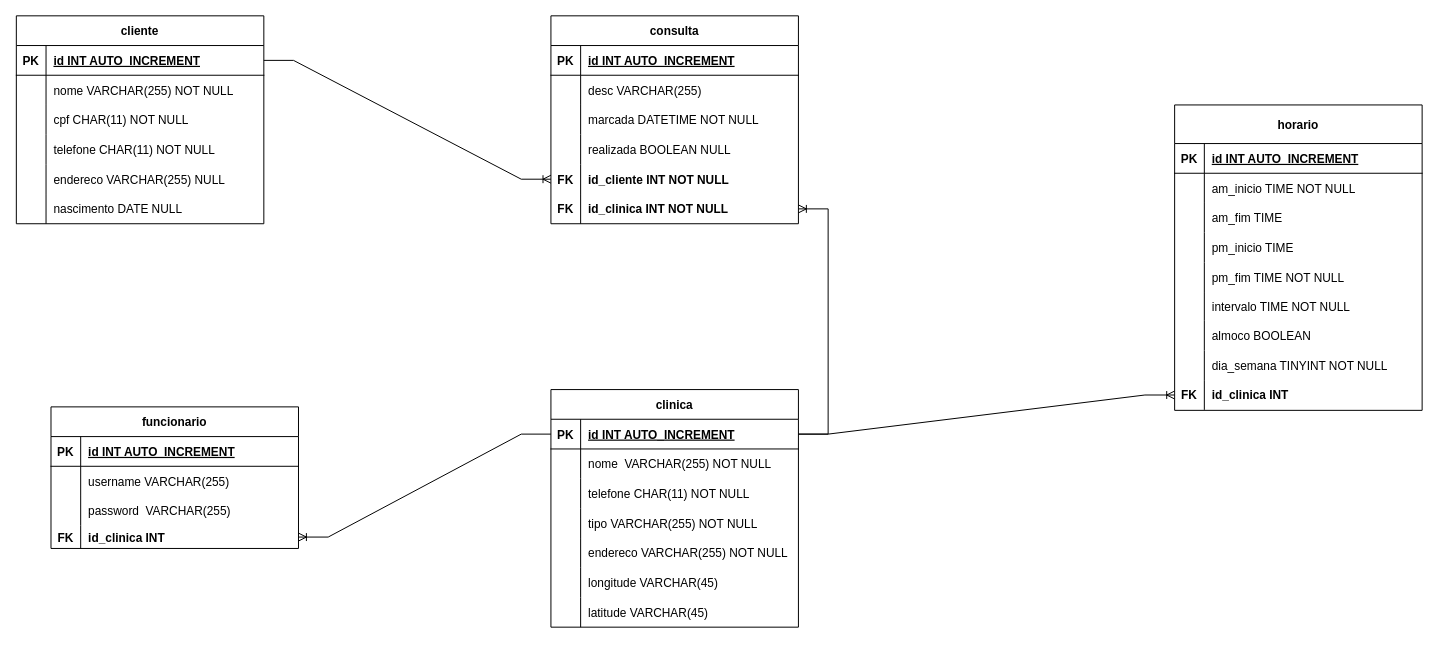
The draw.io diagram database/MER.drawio in uchoamp/consuchat, before the edit. Source tidied: cells renumbered, new cells numbered last; positions are measured from the earlier drawing's top-left corner, leaving out a move shared by most shapes. Both pictures are drawn from the tidied source at 99%, with x=0, y=0 at pixel (16, 15).
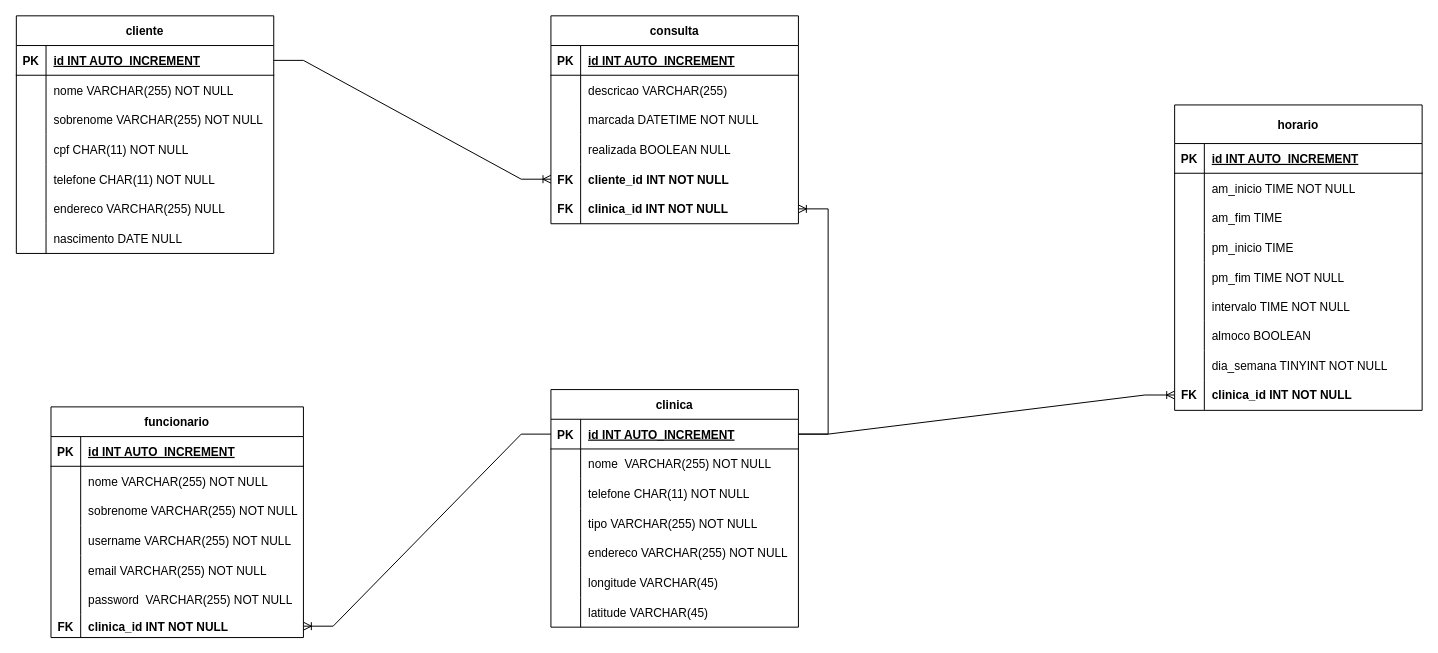
Above is the later version.

Unchanged cells that the change refers to:
```xml
<mxCell id="6" style="shape=partialRectangle;fillColor=none;top=0;left=0;right=0;bottom=0;" parent="2" vertex="1">
  <mxGeometry y="60" width="250" height="30" as="geometry" />
</mxCell>
<mxCell id="15" style="shape=partialRectangle;fillColor=none;points=[[0,0.5],[1,0.5]];portConstraint=eastwest;top=0;left=0;right=0;bottom=0;" parent="2" vertex="1">
  <mxGeometry y="150" width="250" height="30" as="geometry" />
</mxCell>
<mxCell id="18" style="shape=partialRectangle;fillColor=none;points=[[0,0.5],[1,0.5]];portConstraint=eastwest;top=0;left=0;right=0;bottom=0;" parent="2" vertex="1">
  <mxGeometry y="180" width="250" height="30" as="geometry" />
</mxCell>
<mxCell id="87" style="shape=partialRectangle;fillColor=none;points=[[0,0.5],[1,0.5]];portConstraint=eastwest;top=0;left=0;right=0;bottom=0;" parent="62" vertex="1">
  <mxGeometry y="278" width="250" height="30" as="geometry" />
</mxCell>
```

The edit, as a diff of the source:
```diff
@@
-    <mxCell id="8" value="desc VARCHAR(255)" style="shape=partialRectangle;overflow=hidden;fillColor=none;top=0;left=0;bottom=0;right=0;align=left;spacingLeft=6;" parent="6" vertex="1">
+    <mxCell id="8" value="descricao VARCHAR(255)" style="shape=partialRectangle;overflow=hidden;fillColor=none;top=0;left=0;bottom=0;right=0;align=left;spacingLeft=6;" parent="6" vertex="1">
       <mxGeometry x="30" width="220" height="30" as="geometry" />
     </mxCell>
@@
-    <mxCell id="17" value="id_cliente INT NOT NULL    " style="shape=partialRectangle;overflow=hidden;fillColor=none;top=0;left=0;bottom=0;right=0;align=left;spacingLeft=6;fontStyle=1;" parent="15" vertex="1">
+    <mxCell id="17" value="cliente_id INT NOT NULL    " style="shape=partialRectangle;overflow=hidden;fillColor=none;top=0;left=0;bottom=0;right=0;align=left;spacingLeft=6;fontStyle=1;" parent="15" vertex="1">
       <mxGeometry x="30" width="220" height="30" as="geometry" />
     </mxCell>
@@
-    <mxCell id="20" value="id_clinica INT NOT NULL" style="shape=partialRectangle;overflow=hidden;fillColor=none;top=0;left=0;bottom=0;right=0;align=left;spacingLeft=6;fontStyle=1;" parent="18" vertex="1">
+    <mxCell id="20" value="clinica_id INT NOT NULL" style="shape=partialRectangle;overflow=hidden;fillColor=none;top=0;left=0;bottom=0;right=0;align=left;spacingLeft=6;fontStyle=1;" parent="18" vertex="1">
       <mxGeometry x="30" width="220" height="30" as="geometry" />
     </mxCell>
     <mxCell id="21" value="cliente" style="shape=table;startSize=30;childLayout=tableLayout;rowLines=0;fontStyle=1;align=center;" parent="1" vertex="1">
-      <mxGeometry y="0.5" width="250" height="210" as="geometry" />
+      <mxGeometry y="0.5" width="260" height="240" as="geometry" />
     </mxCell>
     <mxCell id="22" style="shape=partialRectangle;fillColor=none;points=[[0,0.5],[1,0.5]];portConstraint=eastwest;top=0;left=0;right=0;bottom=1;" parent="21" vertex="1">
-      <mxGeometry y="30" width="250" height="30" as="geometry" />
+      <mxGeometry y="30" width="260" height="30" as="geometry" />
     </mxCell>
@@
     <mxCell id="24" value="id INT AUTO_INCREMENT" style="shape=partialRectangle;overflow=hidden;fillColor=none;top=0;left=0;bottom=0;right=0;align=left;spacingLeft=6;fontStyle=5;" parent="22" vertex="1">
-      <mxGeometry x="30" width="220" height="30" as="geometry" />
+      <mxGeometry x="30" width="230" height="30" as="geometry" />
     </mxCell>
     <mxCell id="25" style="shape=partialRectangle;fillColor=none;top=0;left=0;right=0;bottom=0;" parent="21" vertex="1">
-      <mxGeometry y="60" width="250" height="30" as="geometry" />
+      <mxGeometry y="60" width="260" height="30" as="geometry" />
     </mxCell>
@@
     <mxCell id="27" value="nome VARCHAR(255) NOT NULL" style="shape=partialRectangle;overflow=hidden;fillColor=none;top=0;left=0;bottom=0;right=0;align=left;spacingLeft=6;" parent="25" vertex="1">
-      <mxGeometry x="30" width="220" height="30" as="geometry" />
+      <mxGeometry x="30" width="230" height="30" as="geometry" />
     </mxCell>
+    <mxCell id="108" style="shape=partialRectangle;fillColor=none;top=0;left=0;right=0;bottom=0;" parent="21" vertex="1">
+      <mxGeometry y="90" width="260" height="30" as="geometry" />
+    </mxCell>
+    <mxCell id="109" style="shape=partialRectangle;overflow=hidden;fillColor=none;top=0;left=0;bottom=0;right=0;" parent="108" vertex="1">
+      <mxGeometry width="30" height="30" as="geometry" />
+    </mxCell>
+    <mxCell id="110" value="sobrenome VARCHAR(255) NOT NULL" style="shape=partialRectangle;overflow=hidden;fillColor=none;top=0;left=0;bottom=0;right=0;align=left;spacingLeft=6;" parent="108" vertex="1">
+      <mxGeometry x="30" width="230" height="30" as="geometry" />
+    </mxCell>
     <mxCell id="28" style="shape=partialRectangle;fillColor=none;top=0;left=0;right=0;bottom=0;" parent="21" vertex="1">
-      <mxGeometry y="90" width="250" height="30" as="geometry" />
+      <mxGeometry y="120" width="260" height="30" as="geometry" />
     </mxCell>
@@
     <mxCell id="30" value="cpf CHAR(11) NOT NULL" style="shape=partialRectangle;overflow=hidden;fillColor=none;top=0;left=0;bottom=0;right=0;align=left;spacingLeft=6;" parent="28" vertex="1">
-      <mxGeometry x="30" width="220" height="30" as="geometry" />
+      <mxGeometry x="30" width="230" height="30" as="geometry" />
     </mxCell>
     <mxCell id="31" style="shape=partialRectangle;fillColor=none;top=0;left=0;right=0;bottom=0;" parent="21" vertex="1">
-      <mxGeometry y="120" width="250" height="30" as="geometry" />
+      <mxGeometry y="150" width="260" height="30" as="geometry" />
     </mxCell>
@@
     <mxCell id="33" value="telefone CHAR(11) NOT NULL" style="shape=partialRectangle;overflow=hidden;fillColor=none;top=0;left=0;bottom=0;right=0;align=left;spacingLeft=6;" parent="31" vertex="1">
-      <mxGeometry x="30" width="220" height="30" as="geometry" />
+      <mxGeometry x="30" width="230" height="30" as="geometry" />
     </mxCell>
     <mxCell id="34" style="shape=partialRectangle;fillColor=none;top=0;left=0;right=0;bottom=0;" parent="21" vertex="1">
-      <mxGeometry y="150" width="250" height="30" as="geometry" />
+      <mxGeometry y="180" width="260" height="30" as="geometry" />
     </mxCell>
@@
     <mxCell id="36" value="endereco VARCHAR(255) NULL" style="shape=partialRectangle;overflow=hidden;fillColor=none;top=0;left=0;bottom=0;right=0;align=left;spacingLeft=6;" parent="34" vertex="1">
-      <mxGeometry x="30" width="220" height="30" as="geometry" />
+      <mxGeometry x="30" width="230" height="30" as="geometry" />
     </mxCell>
     <mxCell id="37" style="shape=partialRectangle;fillColor=none;top=0;left=0;right=0;bottom=0;" parent="21" vertex="1">
-      <mxGeometry y="180" width="250" height="30" as="geometry" />
+      <mxGeometry y="210" width="260" height="30" as="geometry" />
     </mxCell>
@@
     <mxCell id="39" value="nascimento DATE NULL" style="shape=partialRectangle;overflow=hidden;fillColor=none;top=0;left=0;bottom=0;right=0;align=left;spacingLeft=6;" parent="37" vertex="1">
-      <mxGeometry x="30" width="220" height="30" as="geometry" />
+      <mxGeometry x="30" width="230" height="30" as="geometry" />
     </mxCell>
@@
-    <mxCell id="89" value="id_clinica INT" style="shape=partialRectangle;overflow=hidden;fillColor=none;top=0;left=0;bottom=0;right=0;align=left;spacingLeft=6;fontStyle=1;" parent="87" vertex="1">
+    <mxCell id="89" value="clinica_id INT NOT NULL" style="shape=partialRectangle;overflow=hidden;fillColor=none;top=0;left=0;bottom=0;right=0;align=left;spacingLeft=6;fontStyle=1;" parent="87" vertex="1">
       <mxGeometry x="30" width="220" height="30" as="geometry" />
     </mxCell>
@@
     <mxCell id="91" value="funcionario" style="shape=table;startSize=30;childLayout=tableLayout;rowLines=0;fontStyle=1;align=center;" parent="1" vertex="1">
-      <mxGeometry x="35" y="395.5" width="250" height="143" as="geometry" />
+      <mxGeometry x="35" y="395.5" width="255" height="233" as="geometry" />
     </mxCell>
     <mxCell id="92" style="shape=partialRectangle;fillColor=none;top=0;left=0;right=0;bottom=1;" parent="91" vertex="1">
-      <mxGeometry y="30" width="250" height="30" as="geometry" />
+      <mxGeometry y="30" width="255" height="30" as="geometry" />
     </mxCell>
@@
     <mxCell id="94" value="id INT AUTO_INCREMENT" style="shape=partialRectangle;overflow=hidden;fillColor=none;top=0;left=0;bottom=0;right=0;align=left;spacingLeft=6;fontStyle=5;" parent="92" vertex="1">
-      <mxGeometry x="30" width="220" height="30" as="geometry" />
+      <mxGeometry x="30" width="225" height="30" as="geometry" />
     </mxCell>
     <mxCell id="95" style="shape=partialRectangle;fillColor=none;top=0;left=0;right=0;bottom=0;" parent="91" vertex="1">
-      <mxGeometry y="60" width="250" height="30" as="geometry" />
+      <mxGeometry y="60" width="255" height="30" as="geometry" />
     </mxCell>
@@
-    <mxCell id="97" value="username VARCHAR(255)" style="shape=partialRectangle;overflow=hidden;fillColor=none;top=0;left=0;bottom=0;right=0;align=left;spacingLeft=6;" parent="95" vertex="1">
-      <mxGeometry x="30" width="220" height="30" as="geometry" />
+    <mxCell id="97" value="nome VARCHAR(255) NOT NULL" style="shape=partialRectangle;overflow=hidden;fillColor=none;top=0;left=0;bottom=0;right=0;align=left;spacingLeft=6;" parent="95" vertex="1">
+      <mxGeometry x="30" width="225" height="30" as="geometry" />
     </mxCell>
+    <mxCell id="111" style="shape=partialRectangle;fillColor=none;top=0;left=0;right=0;bottom=0;" parent="91" vertex="1">
+      <mxGeometry y="90" width="255" height="30" as="geometry" />
+    </mxCell>
+    <mxCell id="112" style="shape=partialRectangle;overflow=hidden;fillColor=none;top=0;left=0;bottom=0;right=0;" parent="111" vertex="1">
+      <mxGeometry width="30" height="30" as="geometry" />
+    </mxCell>
+    <mxCell id="113" value="sobrenome VARCHAR(255) NOT NULL" style="shape=partialRectangle;overflow=hidden;fillColor=none;top=0;left=0;bottom=0;right=0;align=left;spacingLeft=6;" parent="111" vertex="1">
+      <mxGeometry x="30" width="225" height="30" as="geometry" />
+    </mxCell>
+    <mxCell id="114" style="shape=partialRectangle;fillColor=none;top=0;left=0;right=0;bottom=0;" parent="91" vertex="1">
+      <mxGeometry y="120" width="255" height="30" as="geometry" />
+    </mxCell>
+    <mxCell id="115" style="shape=partialRectangle;overflow=hidden;fillColor=none;top=0;left=0;bottom=0;right=0;" parent="114" vertex="1">
+      <mxGeometry width="30" height="30" as="geometry" />
+    </mxCell>
+    <mxCell id="116" value="username VARCHAR(255) NOT NULL" style="shape=partialRectangle;overflow=hidden;fillColor=none;top=0;left=0;bottom=0;right=0;align=left;spacingLeft=6;" parent="114" vertex="1">
+      <mxGeometry x="30" width="225" height="30" as="geometry" />
+    </mxCell>
+    <mxCell id="117" style="shape=partialRectangle;fillColor=none;top=0;left=0;right=0;bottom=0;" parent="91" vertex="1">
+      <mxGeometry y="150" width="255" height="30" as="geometry" />
+    </mxCell>
+    <mxCell id="118" style="shape=partialRectangle;overflow=hidden;fillColor=none;top=0;left=0;bottom=0;right=0;" parent="117" vertex="1">
+      <mxGeometry width="30" height="30" as="geometry" />
+    </mxCell>
+    <mxCell id="119" value="email VARCHAR(255) NOT NULL" style="shape=partialRectangle;overflow=hidden;fillColor=none;top=0;left=0;bottom=0;right=0;align=left;spacingLeft=6;" parent="117" vertex="1">
+      <mxGeometry x="30" width="225" height="30" as="geometry" />
+    </mxCell>
     <mxCell id="98" style="shape=partialRectangle;fillColor=none;top=0;left=0;right=0;bottom=0;" parent="91" vertex="1">
-      <mxGeometry y="90" width="250" height="30" as="geometry" />
+      <mxGeometry y="180" width="255" height="30" as="geometry" />
     </mxCell>
@@
-    <mxCell id="100" value="password  VARCHAR(255)" style="shape=partialRectangle;overflow=hidden;fillColor=none;top=0;left=0;bottom=0;right=0;align=left;spacingLeft=6;" parent="98" vertex="1">
-      <mxGeometry x="30" width="220" height="30" as="geometry" />
+    <mxCell id="100" value="password  VARCHAR(255) NOT NULL" style="shape=partialRectangle;overflow=hidden;fillColor=none;top=0;left=0;bottom=0;right=0;align=left;spacingLeft=6;" parent="98" vertex="1">
+      <mxGeometry x="30" width="225" height="30" as="geometry" />
     </mxCell>
     <mxCell id="101" style="shape=partialRectangle;fillColor=none;points=[[0,0.5],[1,0.5]];portConstraint=eastwest;top=0;left=0;right=0;bottom=0;fontStyle=0;" parent="91" vertex="1">
-      <mxGeometry y="120" width="250" height="23" as="geometry" />
+      <mxGeometry y="210" width="255" height="23" as="geometry" />
     </mxCell>
@@
-    <mxCell id="103" value="id_clinica INT" style="shape=partialRectangle;overflow=hidden;fillColor=none;top=0;left=0;bottom=0;right=0;align=left;spacingLeft=6;fontStyle=1;" parent="101" vertex="1">
-      <mxGeometry x="30" width="220" height="23" as="geometry" />
+    <mxCell id="103" value="clinica_id INT NOT NULL" style="shape=partialRectangle;overflow=hidden;fillColor=none;top=0;left=0;bottom=0;right=0;align=left;spacingLeft=6;fontStyle=1;" parent="101" vertex="1">
+      <mxGeometry x="30" width="225" height="23" as="geometry" />
     </mxCell>
```
